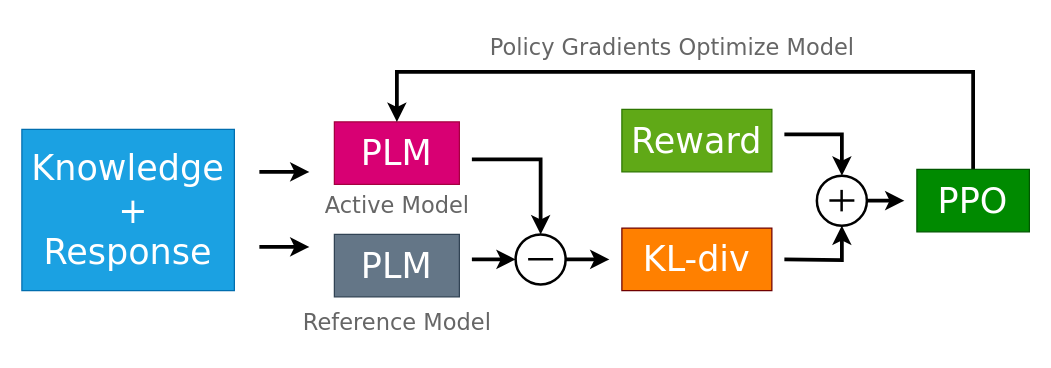
This is figs/rl.drawio from AmourWaltz/FactDial, a draw.io file, before an edit. Source tidied: cells renumbered, new cells numbered last; positions are measured from the earlier drawing's top-left corner, leaving out a move shared by most shapes. Both pictures are drawn from the tidied source at 125%, with x=0, y=0 at pixel (21, 21).
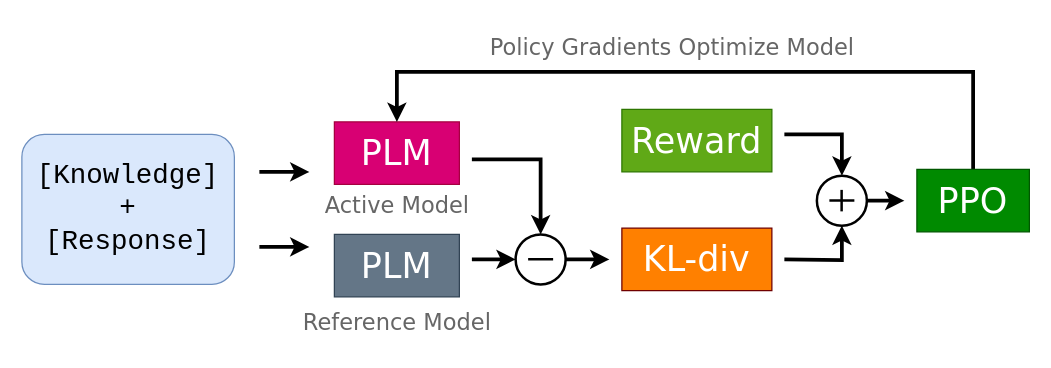
Above is the later version.

What changed in the source:
```diff
@@
-    <mxCell id="2" value="&lt;font style=&quot;font-size: 28px;&quot;&gt;Knowledge&lt;br&gt;&amp;nbsp;+ &lt;br&gt;Response&lt;/font&gt;" style="rounded=0;whiteSpace=wrap;html=1;fillColor=#1ba1e2;fontColor=#ffffff;strokeColor=#006EAF;fontFamily=Verdana;fontStyle=0;" parent="1" vertex="1">
-      <mxGeometry y="86" width="170" height="129" as="geometry" />
-    </mxCell>
@@
+    <mxCell id="26" value="&lt;font style=&quot;font-size: 22px;&quot; face=&quot;Courier New&quot;&gt;[Knowledge]&lt;br&gt;+&lt;br&gt;[Response]&lt;br&gt;&lt;/font&gt;" style="rounded=1;whiteSpace=wrap;html=1;fillColor=#dae8fc;strokeColor=#6c8ebf;" parent="1" vertex="1">
+      <mxGeometry y="90" width="170" height="120" as="geometry" />
+    </mxCell>
```
